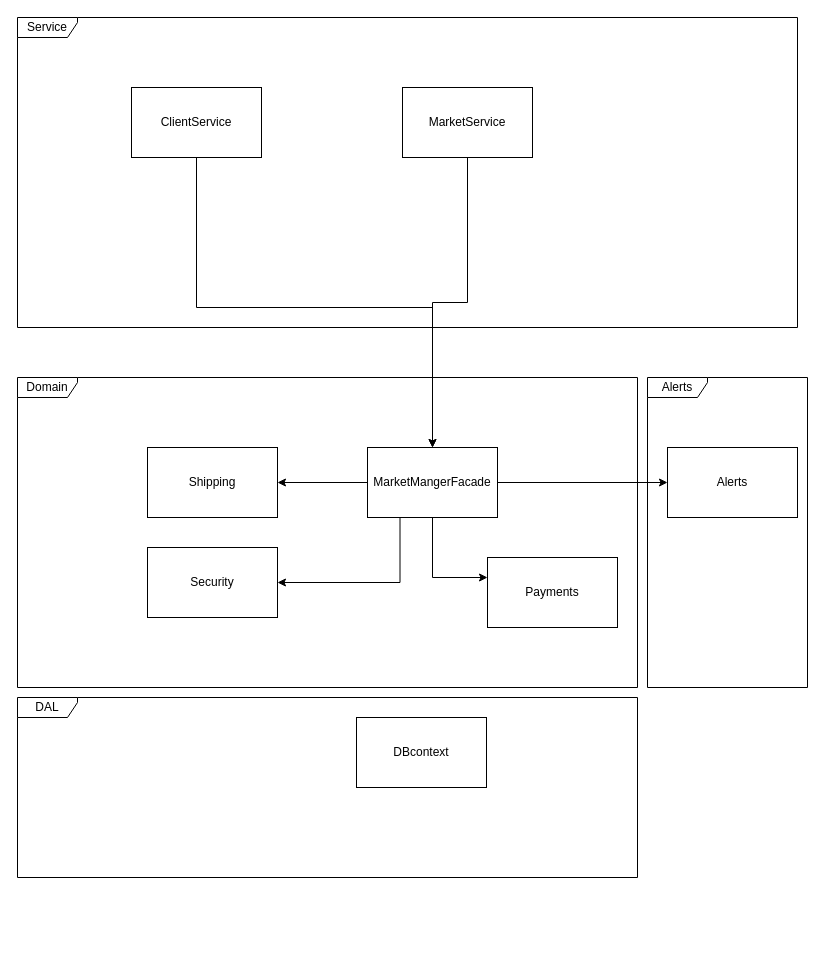
Above: docs/ArchitectureDiagram.drawio in noamalu/Ecommerce-System (draw.io), before the change. Source tidied: cells renumbered, new cells numbered last; positions are measured from the earlier drawing's top-left corner, leaving out a move shared by most shapes. Both pictures are drawn from the tidied source at 100%, with x=0, y=0 at pixel (17, 17).
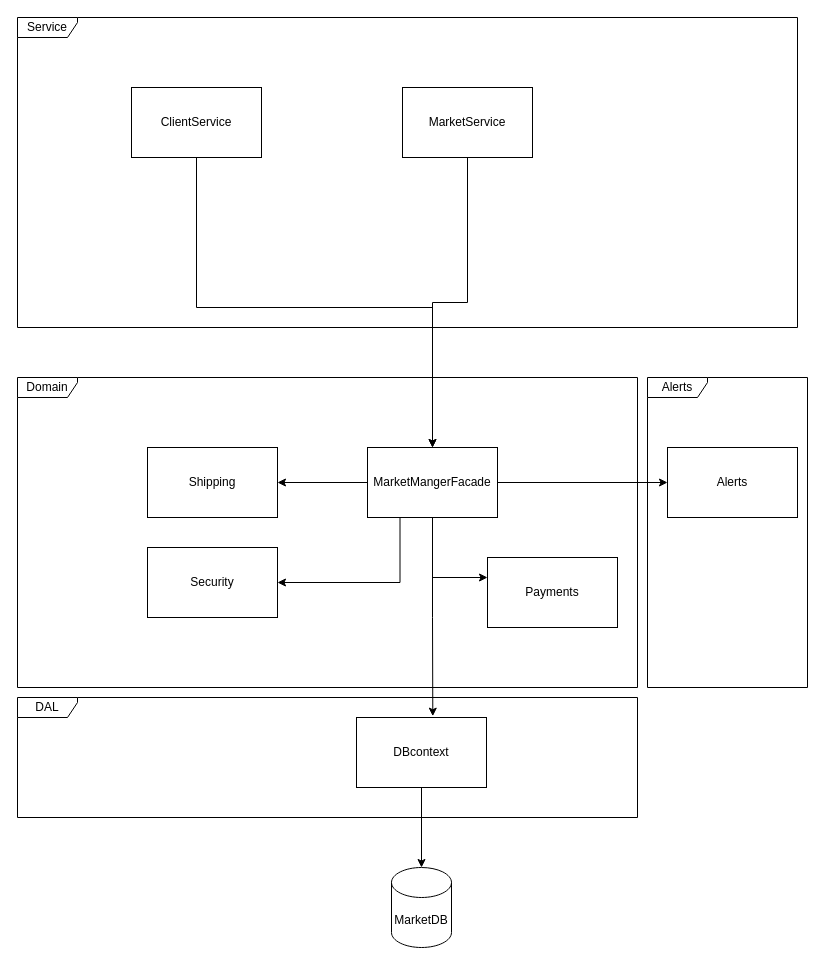
The same diagram, later.

Unchanged cells that the change refers to:
```xml
<mxCell id="15" value="MarketMangerFacade" style="html=1;whiteSpace=wrap;" parent="1" vertex="1">
  <mxGeometry x="350" y="430" width="130" height="70" as="geometry" />
</mxCell>
<mxCell id="20" value="DBcontext" style="html=1;whiteSpace=wrap;" parent="1" vertex="1">
  <mxGeometry x="339" y="700" width="130" height="70" as="geometry" />
</mxCell>
```

The edit, as a diff of the source:
```diff
@@
     <mxCell id="19" value="DAL" style="shape=umlFrame;whiteSpace=wrap;html=1;width=60;height=20;" parent="1" vertex="1">
-      <mxGeometry y="680" width="620" height="180" as="geometry" />
+      <mxGeometry y="680" width="620" height="120" as="geometry" />
     </mxCell>
@@
+    <mxCell id="21" style="edgeStyle=orthogonalEdgeStyle;rounded=0;jettySize=auto;html=1;entryX=0.587;entryY=-0.019;entryDx=0;entryDy=0;entryPerimeter=0;" parent="1" edge="1" source="15" target="20">
+      <mxGeometry relative="1" as="geometry" />
+    </mxCell>
+    <mxCell id="22" value="MarketDB" style="shape=cylinder3;whiteSpace=wrap;html=1;boundedLbl=1;backgroundOutline=1;size=15;" parent="1" vertex="1">
+      <mxGeometry x="374" y="850" width="60" height="80" as="geometry" />
+    </mxCell>
+    <mxCell id="23" style="edgeStyle=orthogonalEdgeStyle;rounded=0;jettySize=auto;html=1;entryX=0.5;entryY=0;entryDx=0;entryDy=0;entryPerimeter=0;" parent="1" edge="1" source="20" target="22">
+      <mxGeometry relative="1" as="geometry" />
+    </mxCell>
```
